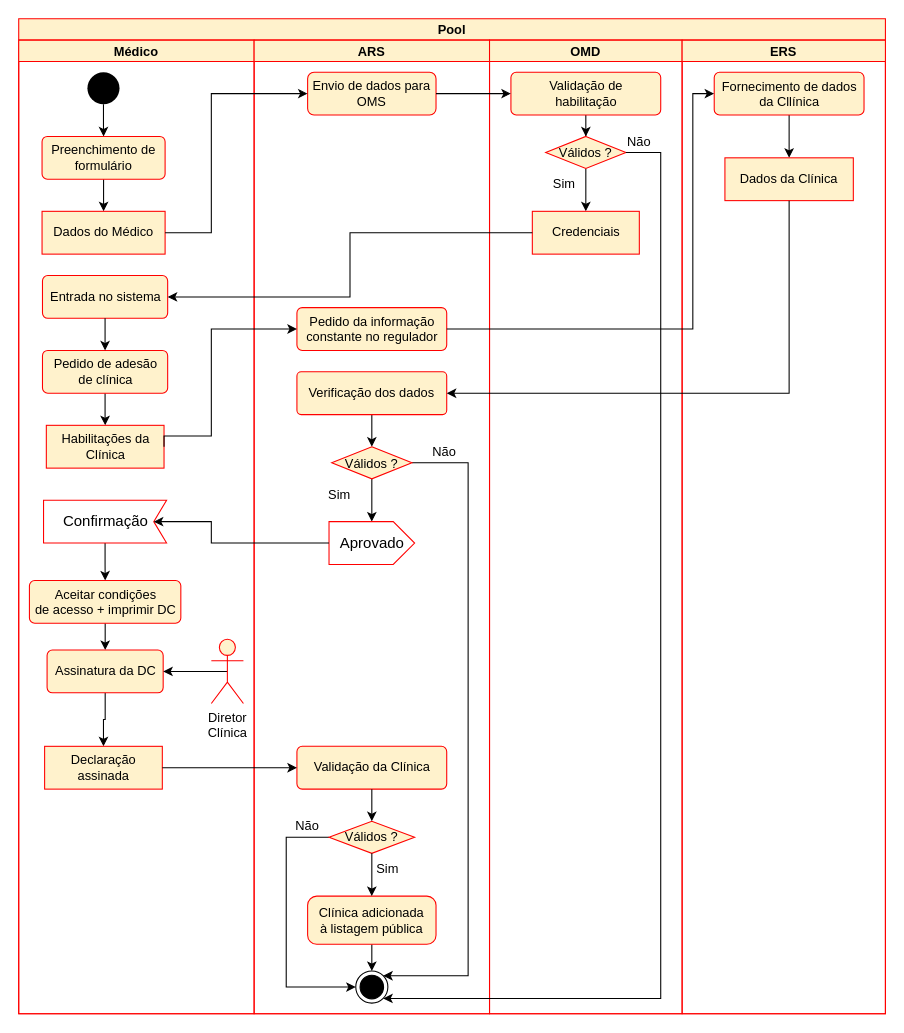
The draw.io diagram page "ex1_3" (2 of 4) of P/P1/P1.drawio in DavidAraujo98/AS, before the edit. Source tidied: cells renumbered, new cells numbered last; positions are measured from the earlier drawing's top-left corner, leaving out a move shared by most shapes. Both pictures are drawn from the tidied source at 107%, with x=0, y=0 at pixel (18, 18).
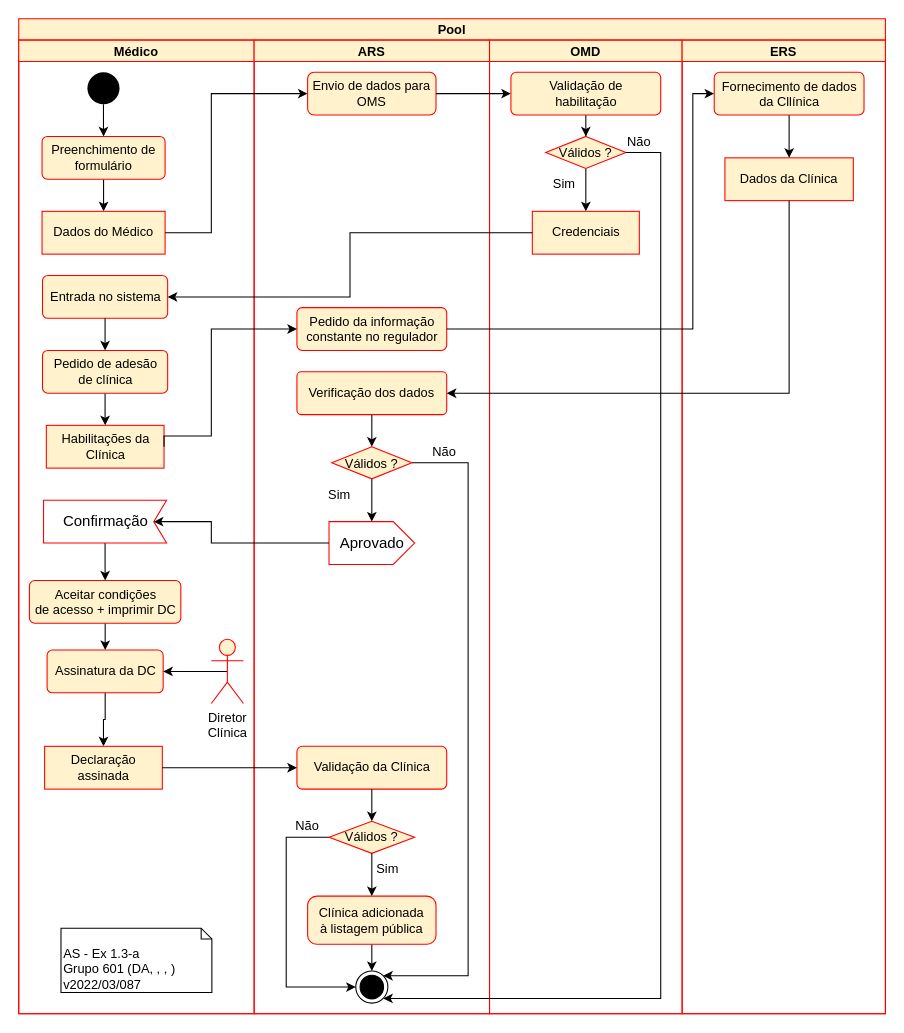
The same page after the edit.

The change refers to these unchanged cells:
```xml
<mxCell id="3" value="Médico" style="swimlane;startSize=20;strokeColor=#FF0000;fillColor=#FFF2CC;" parent="2" vertex="1">
  <mxGeometry y="20" width="220" height="910" as="geometry" />
</mxCell>
```

The edit, as a diff of the source:
```diff
@@
+    <mxCell id="67" value="AS - Ex 1.3-a&lt;br&gt;Grupo 601 (DA, , , )&lt;br&gt;v2022/03/087" style="shape=note2;boundedLbl=1;whiteSpace=wrap;html=1;size=10;verticalAlign=top;align=left;" parent="3" vertex="1">
+      <mxGeometry x="39.5" y="830" width="141" height="60" as="geometry" />
+    </mxCell>
```
